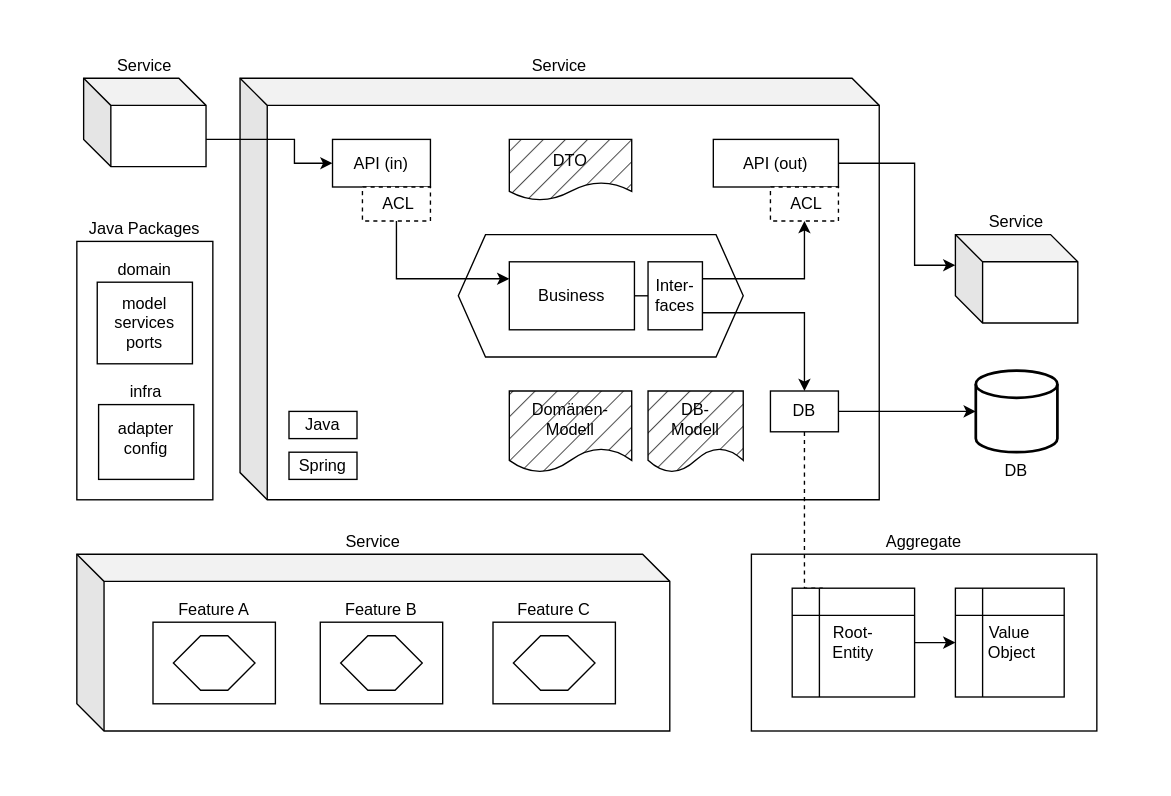
The draw.io diagram images/software-architecture-guide-step-5.drawio in coc-university/software-architecture-guide, before the edit. Source tidied: cells renumbered, new cells numbered last; positions are measured from the earlier drawing's top-left corner, leaving out a move shared by most shapes. Both pictures are drawn from the tidied source at 136%, with x=0, y=0 at pixel (76, 78).
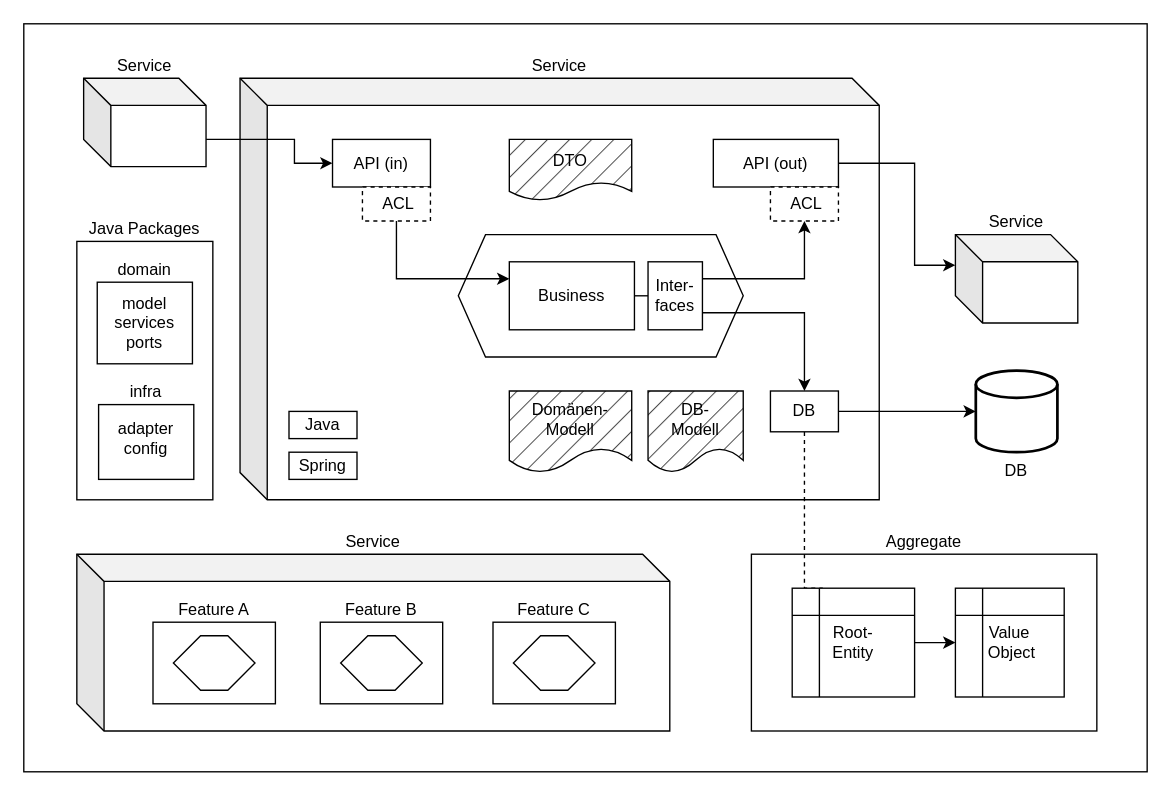
Above is the later version.

Diff of the diagram source:
```diff
@@
+    <mxCell id="43" style="rounded=0;whiteSpace=wrap;html=1;" parent="1" vertex="1">
+      <mxGeometry x="-39" y="-40" width="826" height="550" as="geometry" />
+    </mxCell>
```
